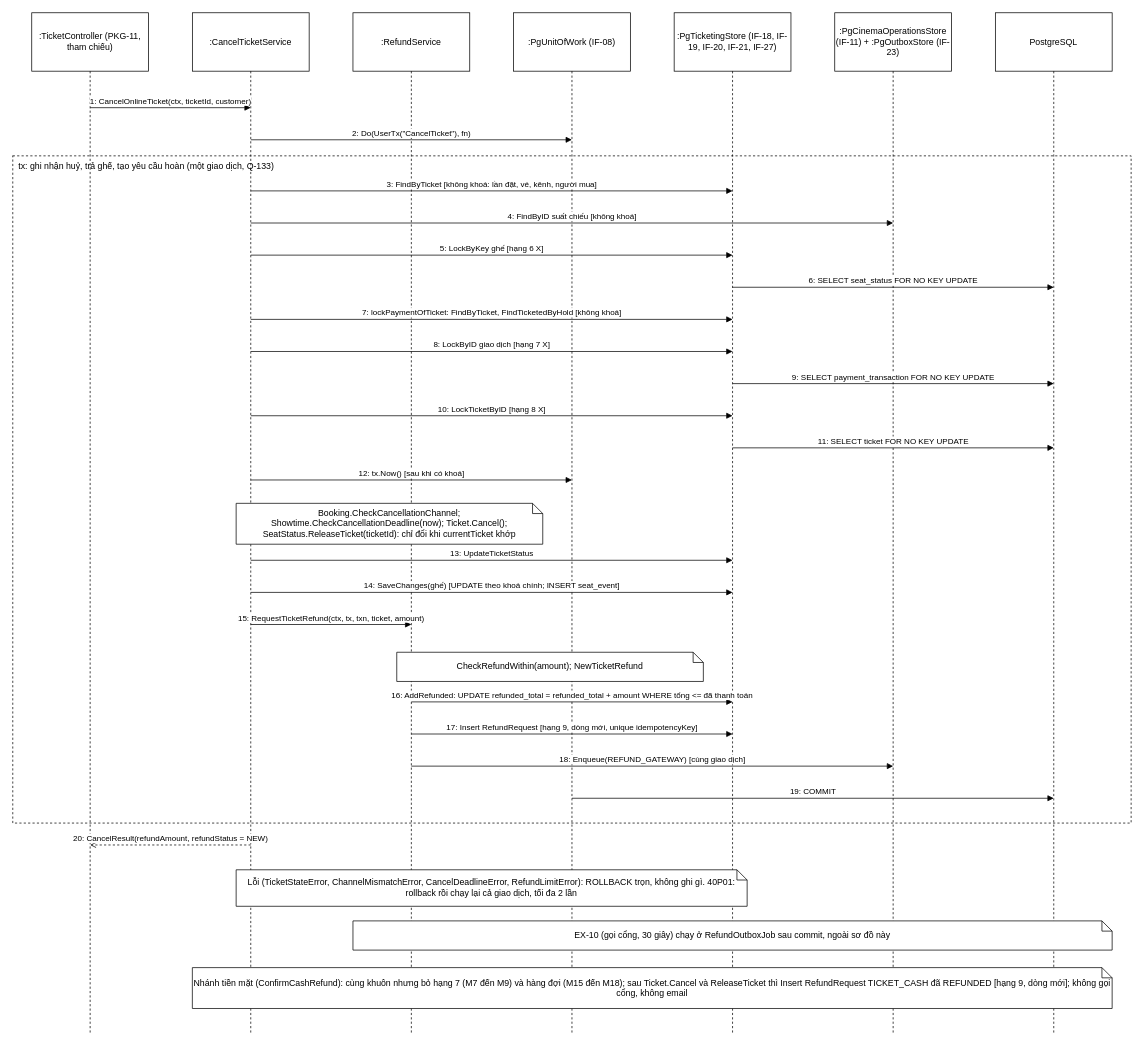
Earlier version of the draw.io diagram design/diagrams/P12-sequence-cancel-ticket.drawio (luytbq/app-dat-ve-xem-phim). Source tidied: cells renumbered, new cells numbered last; positions are measured from the earlier drawing's top-left corner, leaving out a move shared by most shapes. Both pictures are drawn from the tidied source at 73%, with x=0, y=0 at pixel (12, 12).
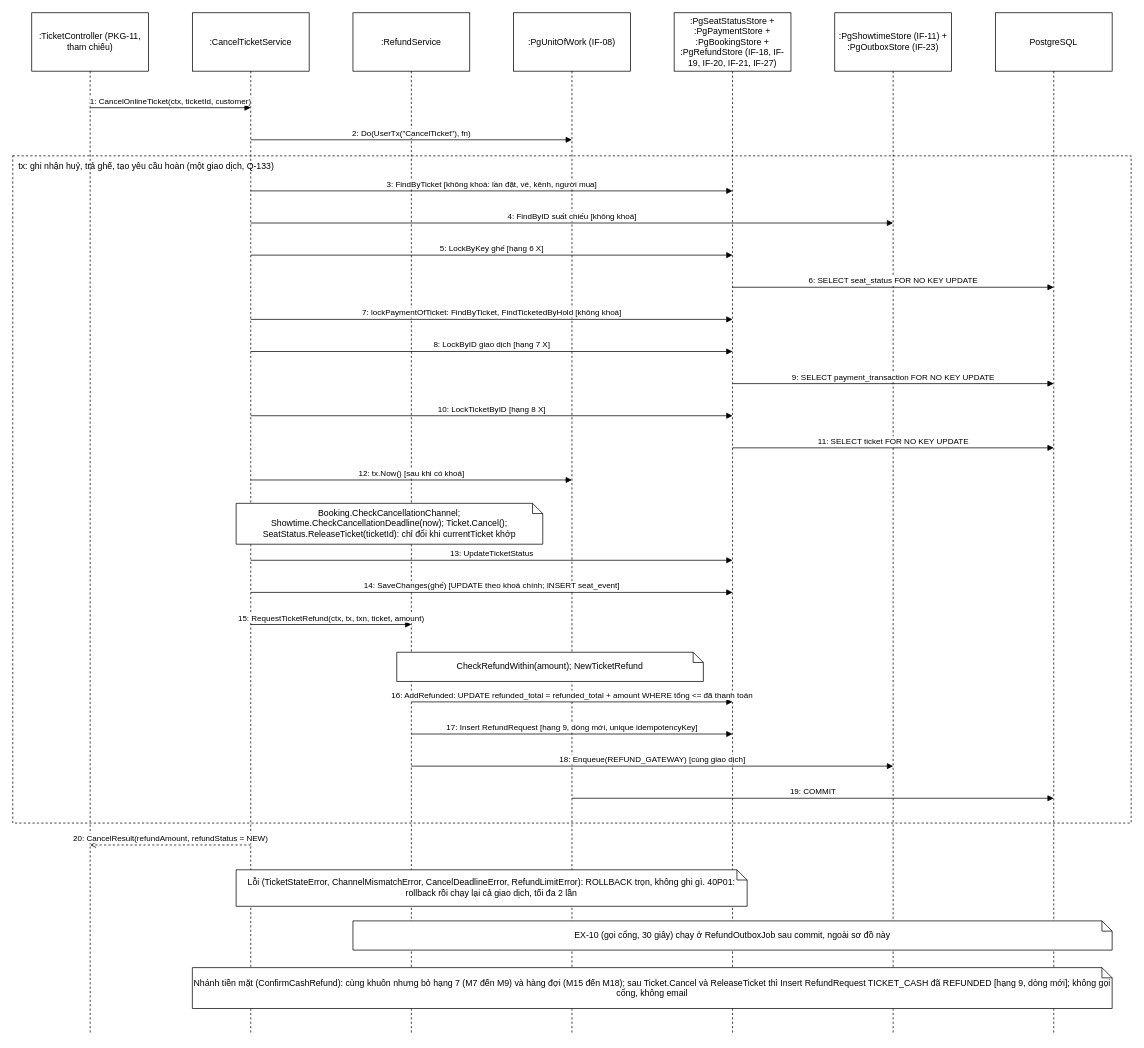
The same diagram, later.

What changed in the source:
```diff
@@
-    <mxCell id="6" value=":PgTicketingStore (IF-18, IF-19, IF-20, IF-21, IF-27)" style="shape=umlLifeline;perimeter=lifelinePerimeter;html=1;whiteSpace=wrap;size=80;" parent="1" vertex="1">
+    <mxCell id="6" value=":PgSeatStatusStore + :PgPaymentStore + :PgBookingStore + :PgRefundStore (IF-18, IF-19, IF-20, IF-21, IF-27)" style="shape=umlLifeline;perimeter=lifelinePerimeter;html=1;whiteSpace=wrap;size=80;" parent="1" vertex="1">
       <mxGeometry x="906" width="160" height="1400" as="geometry" />
     </mxCell>
-    <mxCell id="7" value=":PgCinemaOperationsStore (IF-11) + :PgOutboxStore (IF-23)" style="shape=umlLifeline;perimeter=lifelinePerimeter;html=1;whiteSpace=wrap;size=80;" parent="1" vertex="1">
+    <mxCell id="7" value=":PgShowtimeStore (IF-11) + :PgOutboxStore (IF-23)" style="shape=umlLifeline;perimeter=lifelinePerimeter;html=1;whiteSpace=wrap;size=80;" parent="1" vertex="1">
       <mxGeometry x="1126" width="160" height="1400" as="geometry" />
     </mxCell>
```
